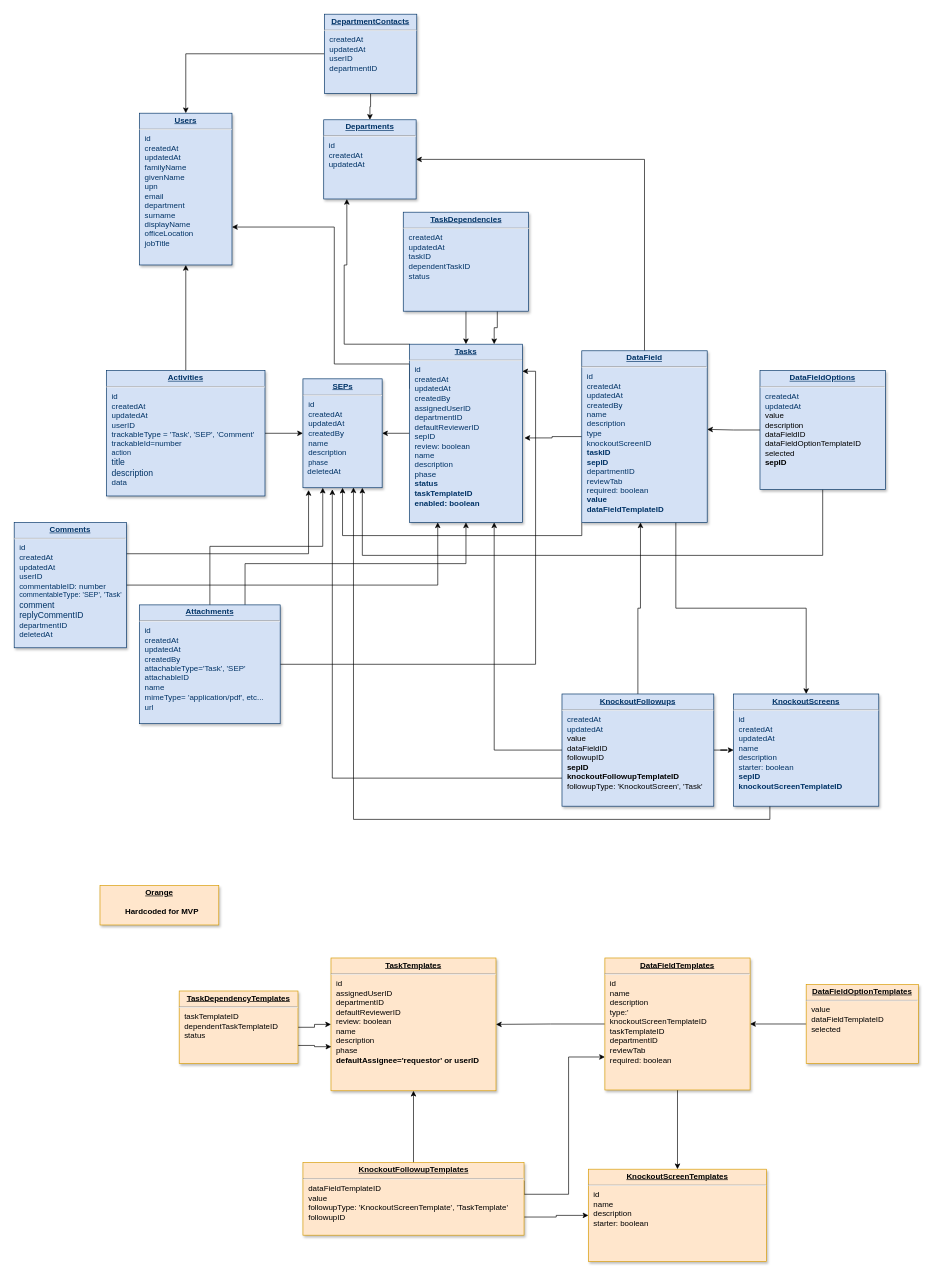
Earlier version of the draw.io diagram docs/sep-database.drawio.xml (BitCoyote/Solution-Enablement-Process). Source tidied: cells renumbered, new cells numbered last; positions are measured from the earlier drawing's top-left corner, leaving out a move shared by most shapes. Both pictures are drawn from the tidied source at 66%, with x=0, y=0 at pixel (14, 14).
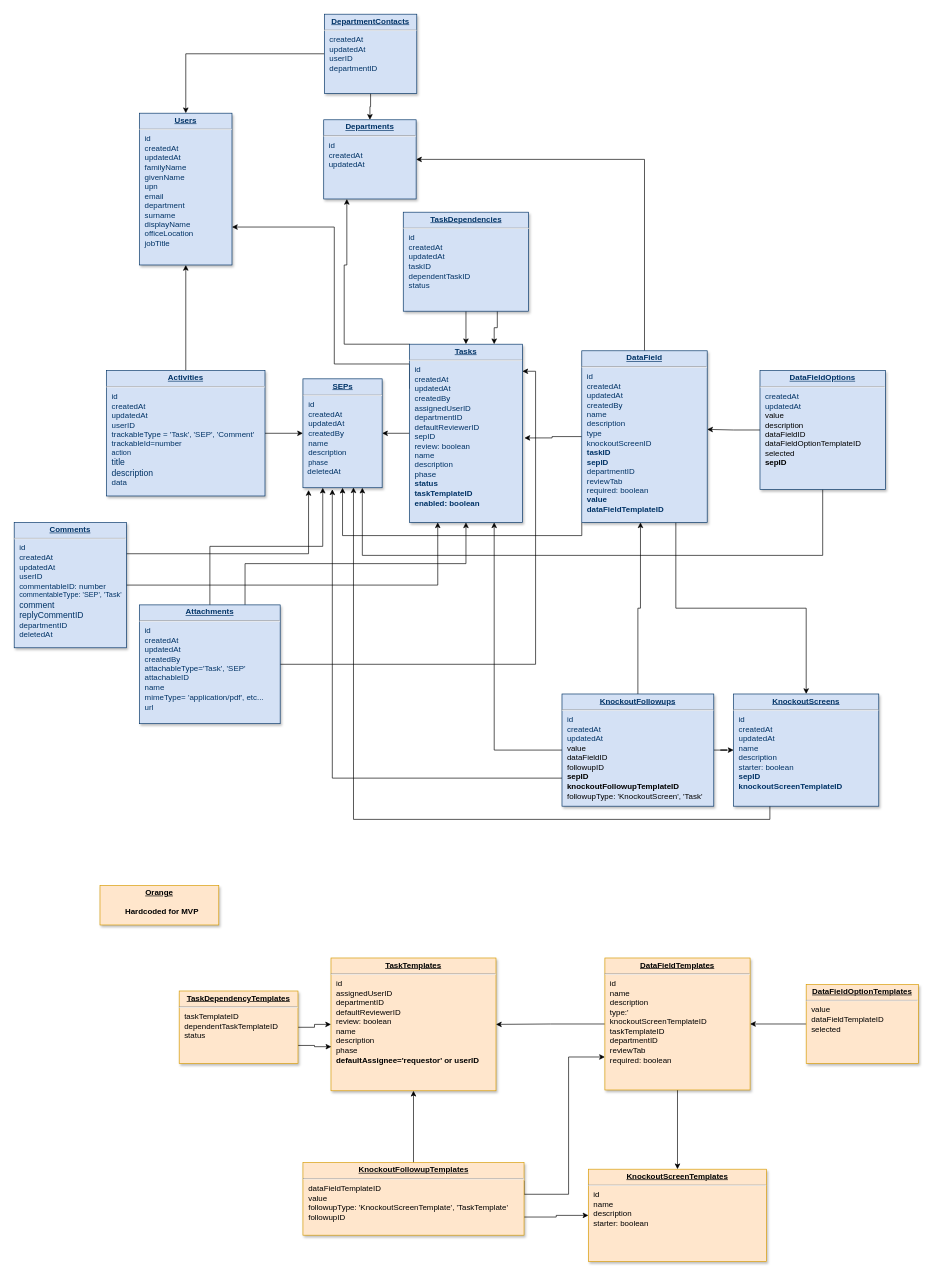
Above is the later version.

Commit message (it also covers changes not shown here):
Added id to task dependency

The edit, as a diff of the source:
```diff
@@
-    <mxCell id="22" value="&lt;p style=&quot;margin: 0px; margin-top: 4px; text-align: center; text-decoration: underline;&quot;&gt;&lt;strong&gt;TaskDependencies&lt;/strong&gt;&lt;/p&gt;&lt;hr&gt;&lt;p style=&quot;margin: 0px; margin-left: 8px;&quot;&gt;createdAt&lt;/p&gt;&lt;p style=&quot;margin: 0px; margin-left: 8px;&quot;&gt;updatedAt&lt;/p&gt;&lt;p style=&quot;margin: 0px; margin-left: 8px;&quot;&gt;&lt;span style=&quot;background-color: initial;&quot;&gt;taskID&lt;/span&gt;&lt;br&gt;&lt;/p&gt;&lt;p style=&quot;margin: 0px; margin-left: 8px;&quot;&gt;dependentTaskID&lt;/p&gt;&lt;p style=&quot;margin: 0px; margin-left: 8px;&quot;&gt;status&lt;/p&gt;" style="verticalAlign=top;align=left;overflow=fill;fontSize=12;fontFamily=Helvetica;html=1;strokeColor=#003366;shadow=1;fillColor=#D4E1F5;fontColor=#003366;" parent="1" vertex="1">
+    <mxCell id="22" value="&lt;p style=&quot;margin: 0px; margin-top: 4px; text-align: center; text-decoration: underline;&quot;&gt;&lt;strong&gt;TaskDependencies&lt;/strong&gt;&lt;/p&gt;&lt;hr&gt;&lt;p style=&quot;margin: 0px; margin-left: 8px;&quot;&gt;id&lt;/p&gt;&lt;p style=&quot;margin: 0px; margin-left: 8px;&quot;&gt;createdAt&lt;/p&gt;&lt;p style=&quot;margin: 0px; margin-left: 8px;&quot;&gt;updatedAt&lt;/p&gt;&lt;p style=&quot;margin: 0px; margin-left: 8px;&quot;&gt;&lt;span style=&quot;background-color: initial;&quot;&gt;taskID&lt;/span&gt;&lt;br&gt;&lt;/p&gt;&lt;p style=&quot;margin: 0px; margin-left: 8px;&quot;&gt;dependentTaskID&lt;/p&gt;&lt;p style=&quot;margin: 0px; margin-left: 8px;&quot;&gt;status&lt;/p&gt;" style="verticalAlign=top;align=left;overflow=fill;fontSize=12;fontFamily=Helvetica;html=1;strokeColor=#003366;shadow=1;fillColor=#D4E1F5;fontColor=#003366;" parent="1" vertex="1">
       <mxGeometry x="589.5" y="300" width="190" height="150" as="geometry" />
     </mxCell>
@@
-    <mxCell id="46" value="&lt;p style=&quot;margin: 0px; margin-top: 4px; text-align: center; text-decoration: underline;&quot;&gt;&lt;strong&gt;KnockoutFollowups&lt;/strong&gt;&lt;/p&gt;&lt;hr&gt;&lt;p style=&quot;margin: 0px; margin-left: 8px;&quot;&gt;&lt;span style=&quot;background-color: initial;&quot;&gt;createdAt&lt;/span&gt;&lt;br&gt;&lt;/p&gt;&lt;p style=&quot;margin: 0px; margin-left: 8px;&quot;&gt;updatedAt&lt;/p&gt;&lt;p style=&quot;color: rgb(0, 0, 0); margin: 0px 0px 0px 8px;&quot;&gt;&lt;span style=&quot;background-color: initial;&quot;&gt;value&lt;/span&gt;&lt;/p&gt;&lt;p style=&quot;color: rgb(0, 0, 0); margin: 0px 0px 0px 8px;&quot;&gt;&lt;span style=&quot;background-color: initial;&quot;&gt;dataFieldID&lt;/span&gt;&lt;br&gt;&lt;/p&gt;&lt;p style=&quot;color: rgb(0, 0, 0); margin: 0px 0px 0px 8px;&quot;&gt;followupID&lt;/p&gt;&lt;p style=&quot;color: rgb(0, 0, 0); margin: 0px 0px 0px 8px;&quot;&gt;&lt;b&gt;sepID&lt;br&gt;&lt;/b&gt;&lt;span style=&quot;background-color: initial;&quot;&gt;&lt;b&gt;knockoutFollowupTemplateID&lt;/b&gt;&lt;/span&gt;&lt;/p&gt;&lt;p style=&quot;color: rgb(0, 0, 0); margin: 0px 0px 0px 8px;&quot;&gt;&lt;span style=&quot;background-color: initial;&quot;&gt;followupType: 'KnockoutScreen', 'Task'&lt;/span&gt;&lt;br&gt;&lt;/p&gt;&lt;p style=&quot;color: rgb(0, 0, 0); margin: 0px 0px 0px 8px;&quot;&gt;&lt;br&gt;&lt;/p&gt;" style="verticalAlign=top;align=left;overflow=fill;fontSize=12;fontFamily=Helvetica;html=1;strokeColor=#003366;shadow=1;fillColor=#D4E1F5;fontColor=#003366;" parent="1" vertex="1">
+    <mxCell id="46" value="&lt;p style=&quot;margin: 0px; margin-top: 4px; text-align: center; text-decoration: underline;&quot;&gt;&lt;strong&gt;KnockoutFollowups&lt;/strong&gt;&lt;/p&gt;&lt;hr&gt;&lt;p style=&quot;margin: 0px; margin-left: 8px;&quot;&gt;&lt;span style=&quot;background-color: initial;&quot;&gt;id&lt;/span&gt;&lt;/p&gt;&lt;p style=&quot;margin: 0px; margin-left: 8px;&quot;&gt;&lt;span style=&quot;background-color: initial;&quot;&gt;createdAt&lt;/span&gt;&lt;br&gt;&lt;/p&gt;&lt;p style=&quot;margin: 0px; margin-left: 8px;&quot;&gt;updatedAt&lt;/p&gt;&lt;p style=&quot;color: rgb(0, 0, 0); margin: 0px 0px 0px 8px;&quot;&gt;&lt;span style=&quot;background-color: initial;&quot;&gt;value&lt;/span&gt;&lt;/p&gt;&lt;p style=&quot;color: rgb(0, 0, 0); margin: 0px 0px 0px 8px;&quot;&gt;&lt;span style=&quot;background-color: initial;&quot;&gt;dataFieldID&lt;/span&gt;&lt;br&gt;&lt;/p&gt;&lt;p style=&quot;color: rgb(0, 0, 0); margin: 0px 0px 0px 8px;&quot;&gt;followupID&lt;/p&gt;&lt;p style=&quot;color: rgb(0, 0, 0); margin: 0px 0px 0px 8px;&quot;&gt;&lt;b&gt;sepID&lt;br&gt;&lt;/b&gt;&lt;span style=&quot;background-color: initial;&quot;&gt;&lt;b&gt;knockoutFollowupTemplateID&lt;/b&gt;&lt;/span&gt;&lt;/p&gt;&lt;p style=&quot;color: rgb(0, 0, 0); margin: 0px 0px 0px 8px;&quot;&gt;&lt;span style=&quot;background-color: initial;&quot;&gt;followupType: 'KnockoutScreen', 'Task'&lt;/span&gt;&lt;br&gt;&lt;/p&gt;&lt;p style=&quot;color: rgb(0, 0, 0); margin: 0px 0px 0px 8px;&quot;&gt;&lt;br&gt;&lt;/p&gt;" style="verticalAlign=top;align=left;overflow=fill;fontSize=12;fontFamily=Helvetica;html=1;strokeColor=#003366;shadow=1;fillColor=#D4E1F5;fontColor=#003366;" parent="1" vertex="1">
       <mxGeometry x="830" y="1030" width="230" height="170" as="geometry" />
     </mxCell>
```
